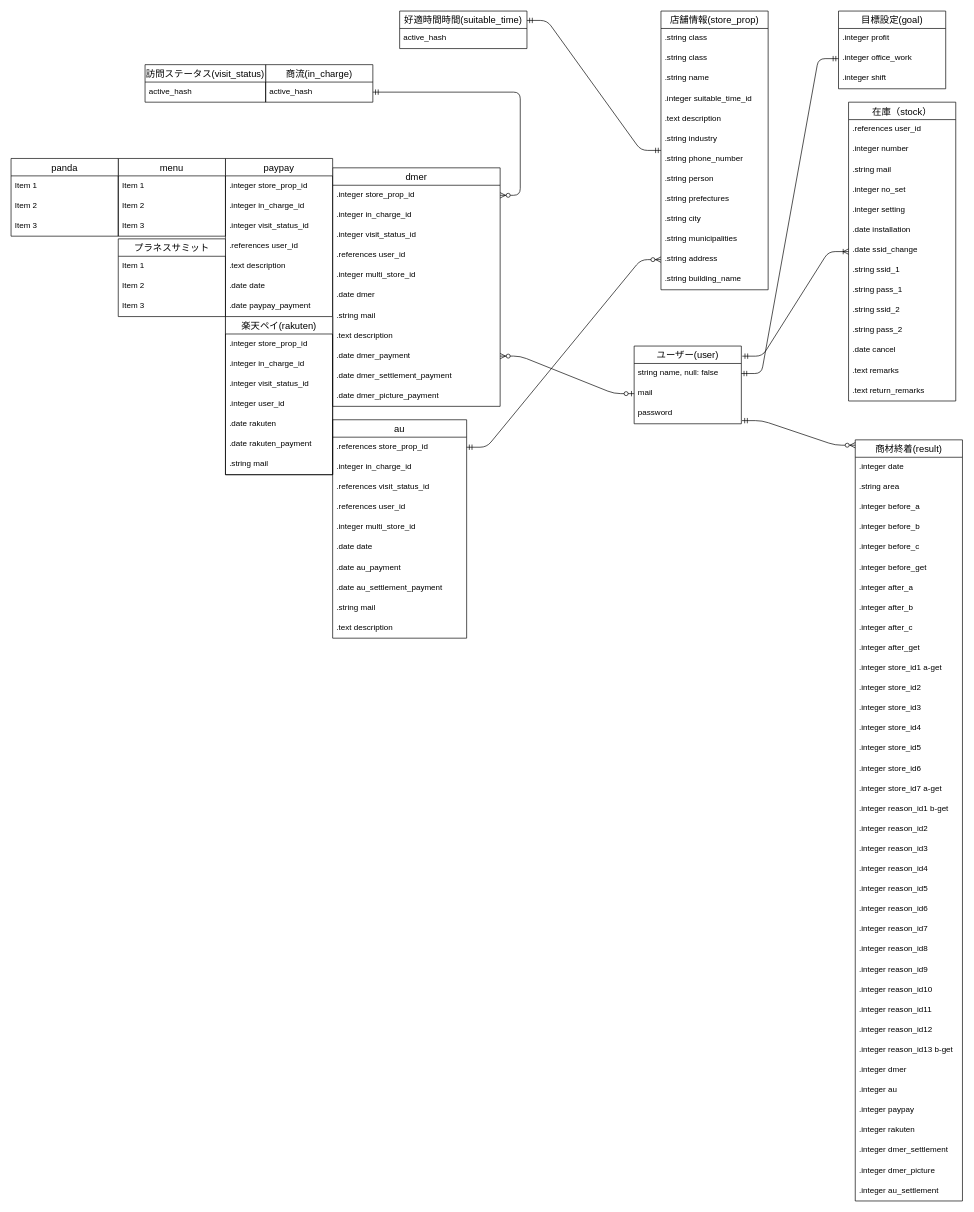
Earlier version of the draw.io diagram matter_database.dio (kou1203/matter). Source tidied: cells renumbered, new cells numbered last; positions are measured from the earlier drawing's top-left corner, leaving out a move shared by most shapes. Both pictures are drawn from the tidied source at 67%, with x=0, y=0 at pixel (11, 11).
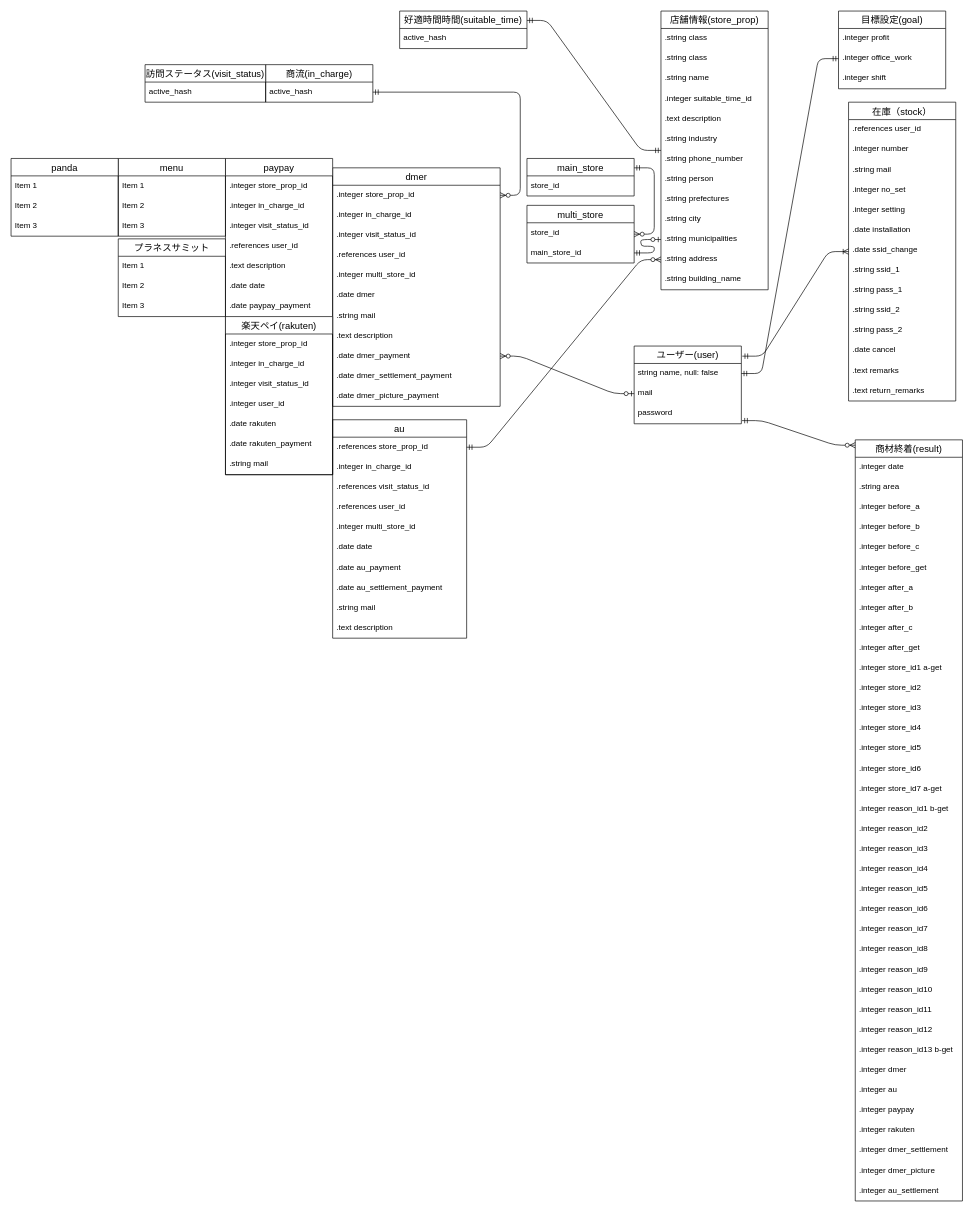
Above is the later version.

The change refers to these unchanged cells:
```xml
<mxCell id="71" value=".string municipalities" style="text;strokeColor=none;fillColor=none;spacingLeft=4;spacingRight=4;overflow=hidden;points=[[0,0.5],[1,0.5]];portConstraint=eastwest;fontSize=12;" parent="60" vertex="1">
  <mxGeometry y="326" width="160" height="30" as="geometry" />
</mxCell>
```

Diff of the diagram source:
```diff
@@
+    <mxCell id="141" value="main_store" style="swimlane;fontStyle=0;horizontal=1;startSize=26;align=center;fontSize=14;" parent="1" vertex="1">
+      <mxGeometry x="770" y="220" width="160" height="56" as="geometry" />
+    </mxCell>
+    <mxCell id="142" value="store_id" style="text;strokeColor=none;fillColor=none;spacingLeft=4;spacingRight=4;overflow=hidden;fontSize=12;" parent="141" vertex="1">
+      <mxGeometry y="26" width="160" height="30" as="geometry" />
+    </mxCell>
+    <mxCell id="143" value="multi_store" style="swimlane;fontStyle=0;horizontal=1;startSize=26;align=center;fontSize=14;" parent="1" vertex="1">
+      <mxGeometry x="770" y="290" width="160" height="86" as="geometry" />
+    </mxCell>
+    <mxCell id="144" value="store_id" style="text;strokeColor=none;fillColor=none;spacingLeft=4;spacingRight=4;overflow=hidden;fontSize=12;" parent="143" vertex="1">
+      <mxGeometry y="26" width="160" height="30" as="geometry" />
+    </mxCell>
+    <mxCell id="145" value="main_store_id" style="text;strokeColor=none;fillColor=none;spacingLeft=4;spacingRight=4;overflow=hidden;points=[[0,0.5],[1,0.5]];portConstraint=eastwest;fontSize=12;" parent="143" vertex="1">
+      <mxGeometry y="56" width="160" height="30" as="geometry" />
+    </mxCell>
+    <mxCell id="146" style="edgeStyle=entityRelationEdgeStyle;fontSize=12;html=1;endArrow=ERzeroToMany;startArrow=ERmandOne;exitX=1;exitY=0.25;exitDx=0;exitDy=0;" parent="1" edge="1" source="141" target="143">
+      <mxGeometry relative="1" as="geometry" />
+    </mxCell>
+    <mxCell id="147" style="edgeStyle=entityRelationEdgeStyle;fontSize=12;html=1;endArrow=ERzeroToOne;startArrow=ERmandOne;entryX=0;entryY=0.5;entryDx=0;entryDy=0;exitX=1;exitY=0.5;exitDx=0;exitDy=0;" parent="1" edge="1" source="145" target="71">
+      <mxGeometry relative="1" as="geometry" />
+    </mxCell>
```
